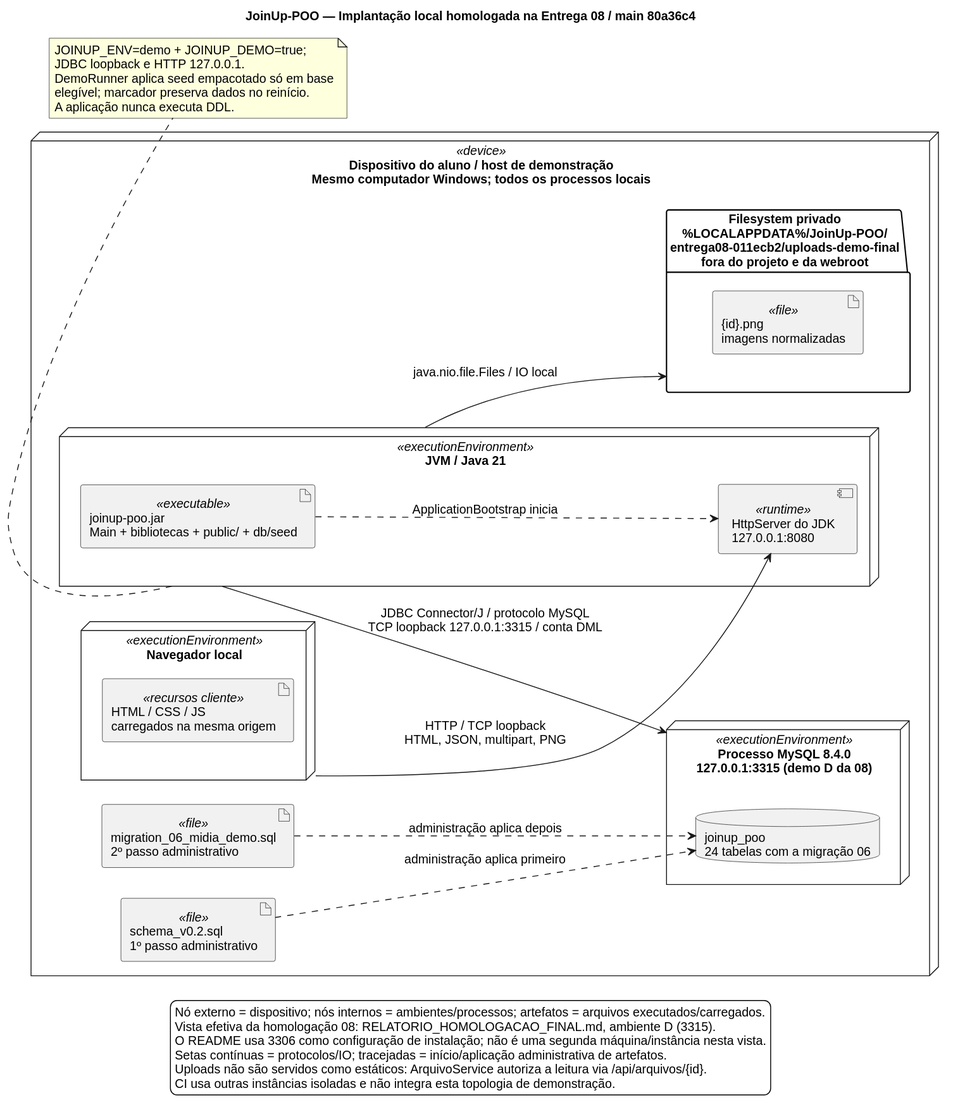
Earlier version of the PlantUML export docs/ra2/DIAGRAMA_IMPLANTACAO.svg (ericjs-code/JoinUp-POO).
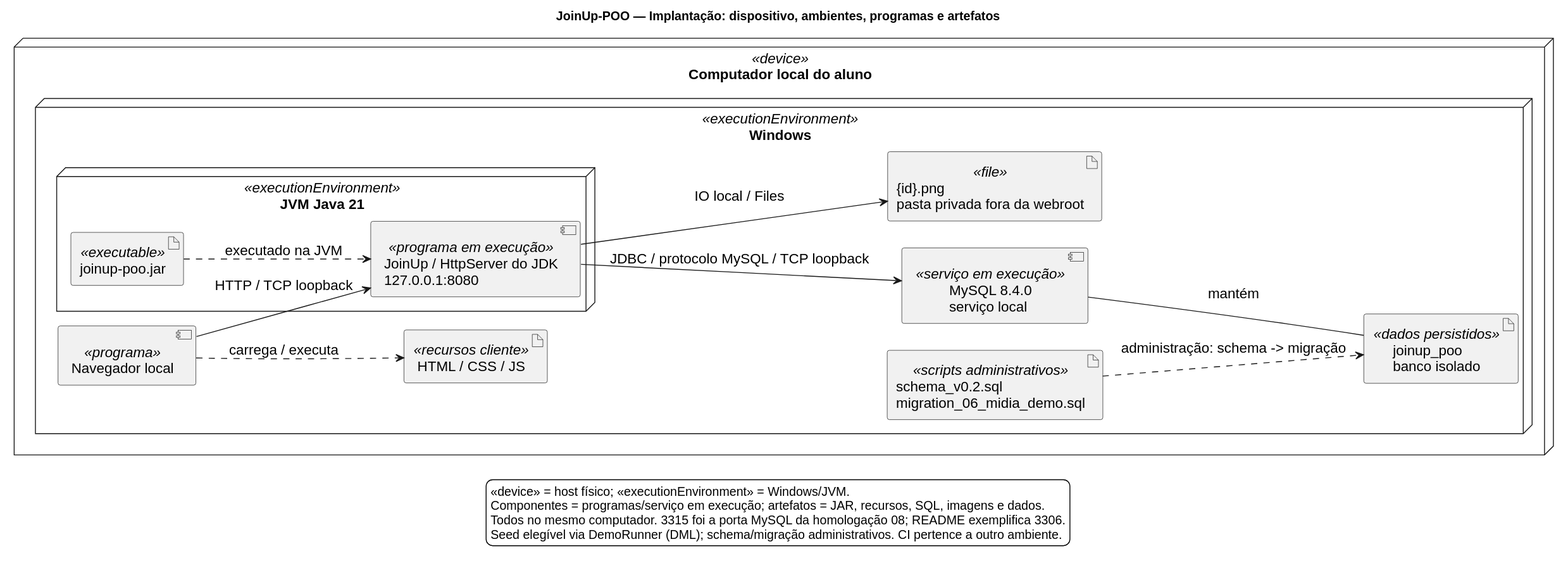
The same diagram one commit later.

What changed in the source:
```diff
@@ -1,52 +1,37 @@
 @startuml
-title JoinUp-POO — Implantação local homologada na Entrega 08 / main 80a36c4
+title JoinUp-POO — Implantação: dispositivo, ambientes, programas e artefatos
 skinparam shadowing false
 skinparam backgroundColor white
 skinparam defaultFontName Arial
-skinparam defaultFontSize 14
-skinparam nodesep 35
-skinparam ranksep 45
+skinparam defaultFontSize 16
+skinparam nodesep 30
+skinparam ranksep 40
 left to right direction
-
-node "Dispositivo do aluno / host de demonstração\nMesmo computador Windows; todos os processos locais" as host <<device>> {
-  node "Navegador local" as browser <<executionEnvironment>> {
-    artifact "HTML / CSS / JS\ncarregados na mesma origem" as client <<recursos cliente>>
+node "Computador local do aluno" as host <<device>> {
+  node "Windows" as os <<executionEnvironment>> {
+    component "Navegador local" as browser <<programa>>
+    artifact "HTML / CSS / JS" as client <<recursos cliente>>
+    node "JVM Java 21" as jvm <<executionEnvironment>> {
+      artifact "joinup-poo.jar" as jar <<executable>>
+      component "JoinUp / HttpServer do JDK\n127.0.0.1:8080" as app <<programa em execução>>
+    }
+    component "MySQL 8.4.0\nserviço local" as mysql <<serviço em execução>>
+    artifact "joinup_poo\nbanco isolado" as db <<dados persistidos>>
+    artifact "{id}.png\npasta privada fora da webroot" as png <<file>>
+    artifact "schema_v0.2.sql\nmigration_06_midia_demo.sql" as ddl <<scripts administrativos>>
   }
-  node "JVM / Java 21" as jvm <<executionEnvironment>> {
-    artifact "joinup-poo.jar\nMain + bibliotecas + public/ + db/seed" as jar <<executable>>
-    component "HttpServer do JDK\n127.0.0.1:8080" as http <<runtime>>
-    jar ..> http : ApplicationBootstrap inicia
-  }
-  node "Processo MySQL 8.4.0\n127.0.0.1:3315 (demo D da 08)" as mysql <<executionEnvironment>> {
-    database "joinup_poo\n24 tabelas com a migração 06" as db
-  }
-  folder "Filesystem privado\n%LOCALAPPDATA%/JoinUp-POO/\nentrega08-011ecb2/uploads-demo-final\nfora do projeto e da webroot" as fs {
-    artifact "{id}.png\nimagens normalizadas" as png <<file>>
-  }
-  artifact "schema_v0.2.sql\n1º passo administrativo" as schema <<file>>
-  artifact "migration_06_midia_demo.sql\n2º passo administrativo" as migration <<file>>
 }
-
-browser --> http : HTTP / TCP loopback\nHTML, JSON, multipart, PNG
-jvm --> mysql : JDBC Connector/J / protocolo MySQL\nTCP loopback 127.0.0.1:3315 / conta DML
-jvm --> fs : java.nio.file.Files / IO local
-schema ..> db : administração aplica primeiro
-migration ..> db : administração aplica depois
-
-note bottom of jvm
-  JOINUP_ENV=demo + JOINUP_DEMO=true;
-  JDBC loopback e HTTP 127.0.0.1.
-  DemoRunner aplica seed empacotado só em base
-  elegível; marcador preserva dados no reinício.
-  A aplicação nunca executa DDL.
-end note
-
+browser ..> client : carrega / executa
+browser --> app : HTTP / TCP loopback
+jar ..> app : executado na JVM
+app --> mysql : JDBC / protocolo MySQL / TCP loopback
+mysql -- db : mantém
+app --> png : IO local / Files
+ddl ..> db : administração: schema -> migração
 legend bottom
-  Nó externo = dispositivo; nós internos = ambientes/processos; artefatos = arquivos executados/carregados.
-  Vista efetiva da homologação 08: RELATORIO_HOMOLOGACAO_FINAL.md, ambiente D (3315).
-  O README usa 3306 como configuração de instalação; não é uma segunda máquina/instância nesta vista.
-  Setas contínuas = protocolos/IO; tracejadas = início/aplicação administrativa de artefatos.
-  Uploads não são servidos como estáticos: ArquivoService autoriza a leitura via /api/arquivos/{id}.
-  CI usa outras instâncias isoladas e não integra esta topologia de demonstração.
+  <<device>> = host físico; <<executionEnvironment>> = Windows/JVM.
+  Componentes = programas/serviço em execução; artefatos = JAR, recursos, SQL, imagens e dados.
+  Todos no mesmo computador. 3315 foi a porta MySQL da homologação 08; README exemplifica 3306.
+  Seed elegível via DemoRunner (DML); schema/migração administrativos. CI pertence a outro ambiente.
 endlegend
 @enduml
```
